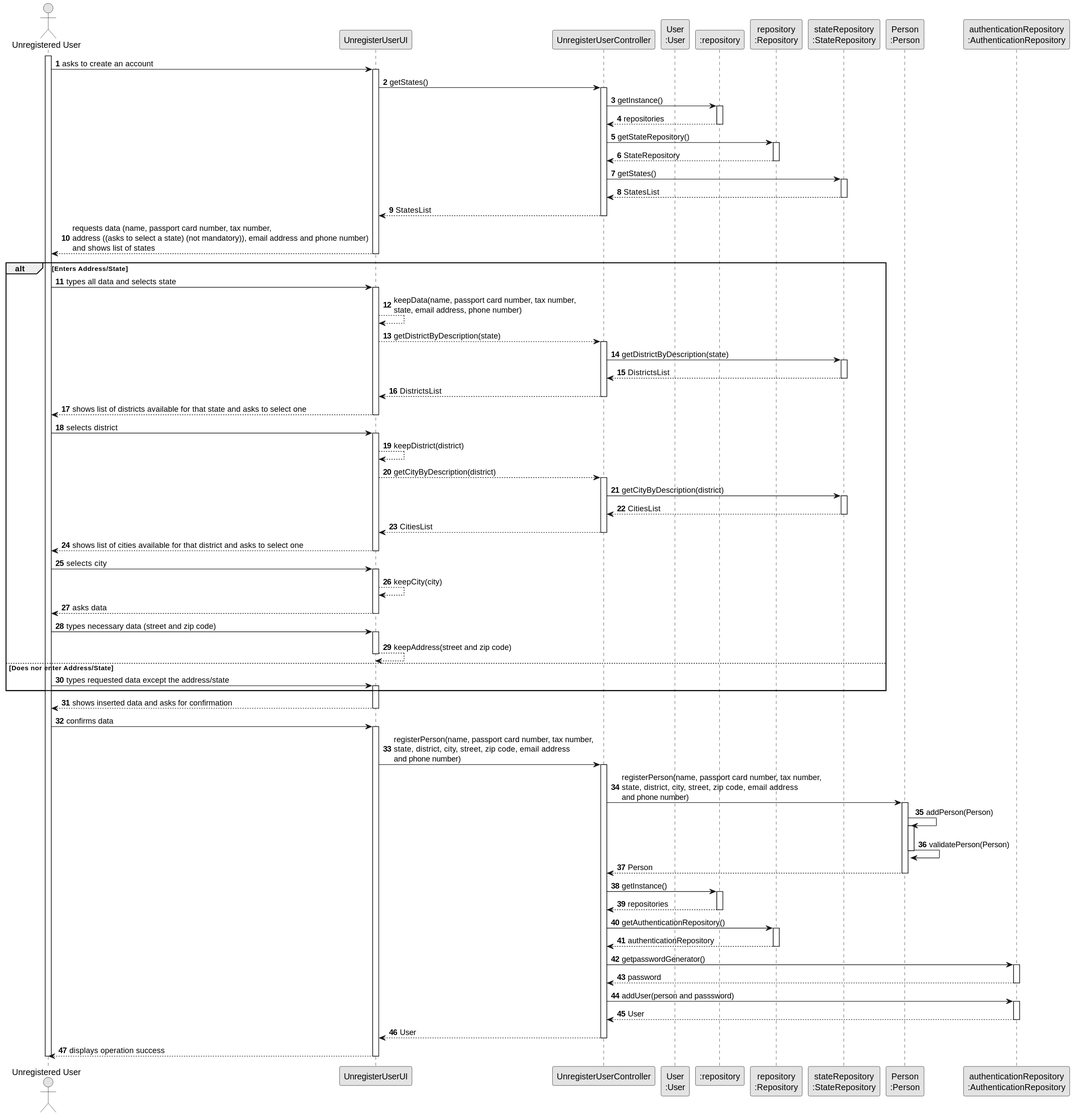
Above: docs/sprintB/US07/03.design/svg/us07-sequence-diagram-full.svg in PureNimble/ISEP-LAPR2 (PlantUML), before the change.
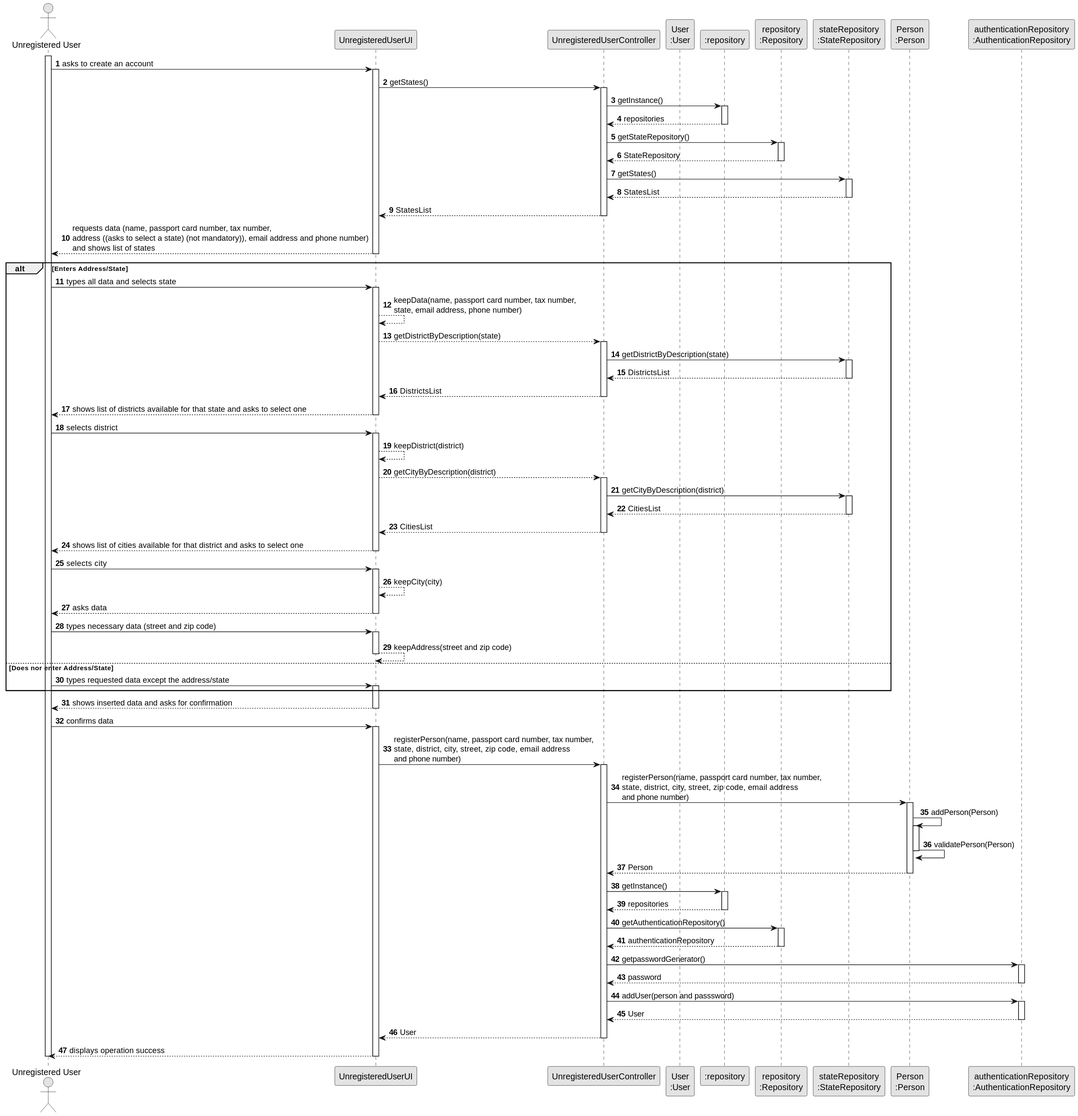
After the change.

Diff of the diagram source:
```diff
@@ -6,8 +6,8 @@
 autonumber
 
 actor "Unregistered User" as UnregisteredUser
-participant "UnregisterUserUI" as UnregisterUserUI
-participant "UnregisterUserController" as UnregisterUserController
+participant "UnregisteredUserUI" as UnregisteredUserUI
+participant "UnregisteredUserController" as UnregisteredUserController
 participant "User\n:User" as User
 participant ":repository" as RepositorySingleton
 participant "repository\n:Repository" as repository
@@ -17,85 +17,85 @@
 
 activate UnregisteredUser
 
-    UnregisteredUser -> UnregisterUserUI : asks to create an account
-    activate UnregisterUserUI
-        UnregisterUserUI -> UnregisterUserController : getStates()
-            activate UnregisterUserController
-            UnregisterUserController -> RepositorySingleton : getInstance()
+    UnregisteredUser -> UnregisteredUserUI : asks to create an account
+    activate UnregisteredUserUI
+        UnregisteredUserUI -> UnregisteredUserController : getStates()
+            activate UnregisteredUserController
+            UnregisteredUserController -> RepositorySingleton : getInstance()
             activate RepositorySingleton
 
-                RepositorySingleton --> UnregisterUserController : repositories
+                RepositorySingleton --> UnregisteredUserController : repositories
 
             deactivate RepositorySingleton
 
-            UnregisterUserController -> repository : getStateRepository()
+            UnregisteredUserController -> repository : getStateRepository()
 
             activate repository
 
-                repository --> UnregisterUserController : StateRepository
+                repository --> UnregisteredUserController : StateRepository
 
             deactivate repository
-                UnregisterUserController -> StateRepository : getStates()
+                UnregisteredUserController -> StateRepository : getStates()
                     activate StateRepository
-                        StateRepository --> UnregisterUserController : StatesList
+                        StateRepository --> UnregisteredUserController : StatesList
                     deactivate StateRepository
-                UnregisterUserController --> UnregisterUserUI : StatesList
-            deactivate UnregisterUserController
-        UnregisterUserUI --> UnregisteredUser : requests data (name, passport card number, tax number,\naddress ((asks to select a state) (not mandatory)), email address and phone number)\nand shows list of states
-        deactivate UnregisterUserUI
+                UnregisteredUserController --> UnregisteredUserUI : StatesList
+            deactivate UnregisteredUserController
+        UnregisteredUserUI --> UnregisteredUser : requests data (name, passport card number, tax number,\naddress ((asks to select a state) (not mandatory)), email address and phone number)\nand shows list of states
+        deactivate UnregisteredUserUI
 
     alt Enters Address/State
-    UnregisteredUser -> UnregisterUserUI : types all data and selects state
-        activate UnregisterUserUI
-        UnregisterUserUI --> UnregisterUserUI : keepData(name, passport card number, tax number, \nstate, email address, phone number)
-        UnregisterUserUI --> UnregisterUserController : getDistrictByDescription(state)
-            activate UnregisterUserController
-                            UnregisterUserController -> StateRepository : getDistrictByDescription(state)
+    UnregisteredUser -> UnregisteredUserUI : types all data and selects state
+        activate UnregisteredUserUI
+        UnregisteredUserUI --> UnregisteredUserUI : keepData(name, passport card number, tax number, \nstate, email address, phone number)
+        UnregisteredUserUI --> UnregisteredUserController : getDistrictByDescription(state)
+            activate UnregisteredUserController
+                            UnregisteredUserController -> StateRepository : getDistrictByDescription(state)
                         activate StateRepository
-                        StateRepository --> UnregisterUserController : DistrictsList
+                        StateRepository --> UnregisteredUserController : DistrictsList
                         deactivate StateRepository
-                    UnregisterUserController --> UnregisterUserUI : DistrictsList
-                deactivate UnregisterUserController
-            UnregisterUserUI --> UnregisteredUser : shows list of districts available for that state and asks to select one
-        deactivate UnregisterUserUI
+                    UnregisteredUserController --> UnregisteredUserUI : DistrictsList
+                deactivate UnregisteredUserController
+            UnregisteredUserUI --> UnregisteredUser : shows list of districts available for that state and asks to select one
+        deactivate UnregisteredUserUI
 
-    UnregisteredUser -> UnregisterUserUI : selects district
-        activate UnregisterUserUI
-            UnregisterUserUI --> UnregisterUserUI : keepDistrict(district)
-            UnregisterUserUI --> UnregisterUserController : getCityByDescription(district)
-            activate UnregisterUserController
-                            UnregisterUserController -> StateRepository : getCityByDescription(district)
+    UnregisteredUser -> UnregisteredUserUI : selects district
+        activate UnregisteredUserUI
+            UnregisteredUserUI --> UnregisteredUserUI : keepDistrict(district)
+            UnregisteredUserUI --> UnregisteredUserController : getCityByDescription(district)
+            activate UnregisteredUserController
+                            UnregisteredUserController -> StateRepository : getCityByDescription(district)
                         activate StateRepository
-                        StateRepository --> UnregisterUserController : CitiesList
+                        StateRepository --> UnregisteredUserController : CitiesList
                         deactivate StateRepository
-                    UnregisterUserController --> UnregisterUserUI : CitiesList
-                deactivate UnregisterUserController
-            UnregisterUserUI --> UnregisteredUser : shows list of cities available for that district and asks to select one
-        deactivate UnregisterUserUI
-    UnregisteredUser -> UnregisterUserUI : selects city
-        activate UnregisterUserUI
-        UnregisterUserUI --> UnregisterUserUI : keepCity(city)
-        UnregisterUserUI --> UnregisteredUser : asks data
-    deactivate UnregisterUserUI
-    UnregisteredUser -> UnregisterUserUI : types necessary data (street and zip code)
-        activate UnregisterUserUI
-        UnregisterUserUI --> UnregisterUserUI : keepAddress(street and zip code)
-        deactivate UnregisterUserUI
+                    UnregisteredUserController --> UnregisteredUserUI : CitiesList
+                deactivate UnregisteredUserController
+            UnregisteredUserUI --> UnregisteredUser : shows list of cities available for that district and asks to select one
+        deactivate UnregisteredUserUI
+    UnregisteredUser -> UnregisteredUserUI : selects city
+        activate UnregisteredUserUI
+        UnregisteredUserUI --> UnregisteredUserUI : keepCity(city)
+        UnregisteredUserUI --> UnregisteredUser : asks data
+    deactivate UnregisteredUserUI
+    UnregisteredUser -> UnregisteredUserUI : types necessary data (street and zip code)
+        activate UnregisteredUserUI
+        UnregisteredUserUI --> UnregisteredUserUI : keepAddress(street and zip code)
+        deactivate UnregisteredUserUI
 
     else Does nor enter Address/State
-    UnregisteredUser -> UnregisterUserUI : types requested data except the address/state
-        activate UnregisterUserUI
+    UnregisteredUser -> UnregisteredUserUI : types requested data except the address/state
+        activate UnregisteredUserUI
     end
-        UnregisterUserUI --> UnregisteredUser : shows inserted data and asks for confirmation
-    deactivate UnregisterUserUI
+        UnregisteredUserUI --> UnregisteredUser : shows inserted data and asks for confirmation
+    deactivate UnregisteredUserUI
 
-    UnregisteredUser -> UnregisterUserUI : confirms data
-    activate UnregisterUserUI
+    UnregisteredUser -> UnregisteredUserUI : confirms data
+    activate UnregisteredUserUI
 
-        UnregisterUserUI -> UnregisterUserController : registerPerson(name, passport card number, tax number,\nstate, district, city, street, zip code, email address\nand phone number)
-        activate UnregisterUserController
+        UnregisteredUserUI -> UnregisteredUserController : registerPerson(name, passport card number, tax number,\nstate, district, city, street, zip code, email address\nand phone number)
+        activate UnregisteredUserController
 
-        UnregisterUserController -> Person : registerPerson(name, passport card number, tax number,\nstate, district, city, street, zip code, email address\nand phone number)
+        UnregisteredUserController -> Person : registerPerson(name, passport card number, tax number,\nstate, district, city, street, zip code, email address\nand phone number)
         activate Person
                 Person -> Person : addPerson(Person)
                 activate Person
@@ -103,38 +103,38 @@
                                 Person -> Person : validatePerson(Person)
                             deactivate Person
                 deactivate Person
-                Person --> UnregisterUserController : Person
+                Person --> UnregisteredUserController : Person
             deactivate Person
-        UnregisterUserController -> RepositorySingleton: getInstance()
+        UnregisteredUserController -> RepositorySingleton: getInstance()
             activate RepositorySingleton
 
-        RepositorySingleton --> UnregisterUserController : repositories
+        RepositorySingleton --> UnregisteredUserController : repositories
         deactivate RepositorySingleton
 
-            UnregisterUserController -> repository: getAuthenticationRepository()
+            UnregisteredUserController -> repository: getAuthenticationRepository()
             activate repository
 
-            repository--> UnregisterUserController:authenticationRepository
+            repository--> UnregisteredUserController:authenticationRepository
             deactivate repository
 
-        UnregisterUserController -> AuthenticationRepository: getpasswordGenerator()
+        UnregisteredUserController -> AuthenticationRepository: getpasswordGenerator()
         activate AuthenticationRepository
 
 
-    AuthenticationRepository --> UnregisterUserController: password
+    AuthenticationRepository --> UnregisteredUserController: password
     deactivate AuthenticationRepository
 
 
-    UnregisterUserController -> AuthenticationRepository: addUser(person and passsword)
+    UnregisteredUserController -> AuthenticationRepository: addUser(person and passsword)
     activate AuthenticationRepository
 
-    AuthenticationRepository --> UnregisterUserController: User
+    AuthenticationRepository --> UnregisteredUserController: User
     deactivate AuthenticationRepository
 
-    UnregisterUserController --> UnregisterUserUI: User
-      deactivate UnregisterUserController
-        UnregisterUserUI --> UnregisteredUser : displays operation success
-        deactivate UnregisterUserUI
+    UnregisteredUserController --> UnregisteredUserUI: User
+      deactivate UnregisteredUserController
+        UnregisteredUserUI --> UnregisteredUser : displays operation success
+        deactivate UnregisteredUserUI
 deactivate UnregisteredUser
 
 @enduml
```
